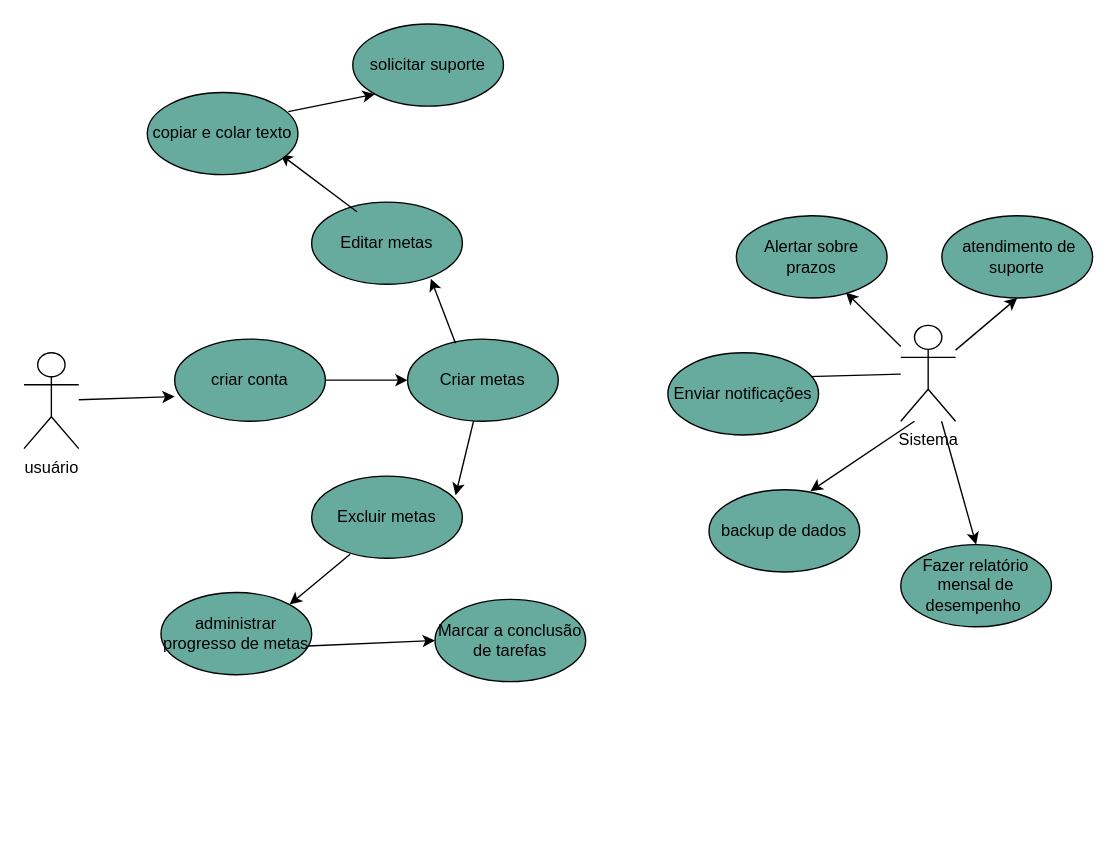
Earlier version of the draw.io diagram page "Página-1" (1 of 2) of Diagrama sem nome.drawio (neymarboliviano/diagrama-de-usos-tarefa). Source tidied: cells renumbered, new cells numbered last; positions are measured from the earlier drawing's top-left corner, leaving out a move shared by most shapes. Both pictures are drawn from the tidied source at 137%, with x=0, y=0 at pixel (23, 23).
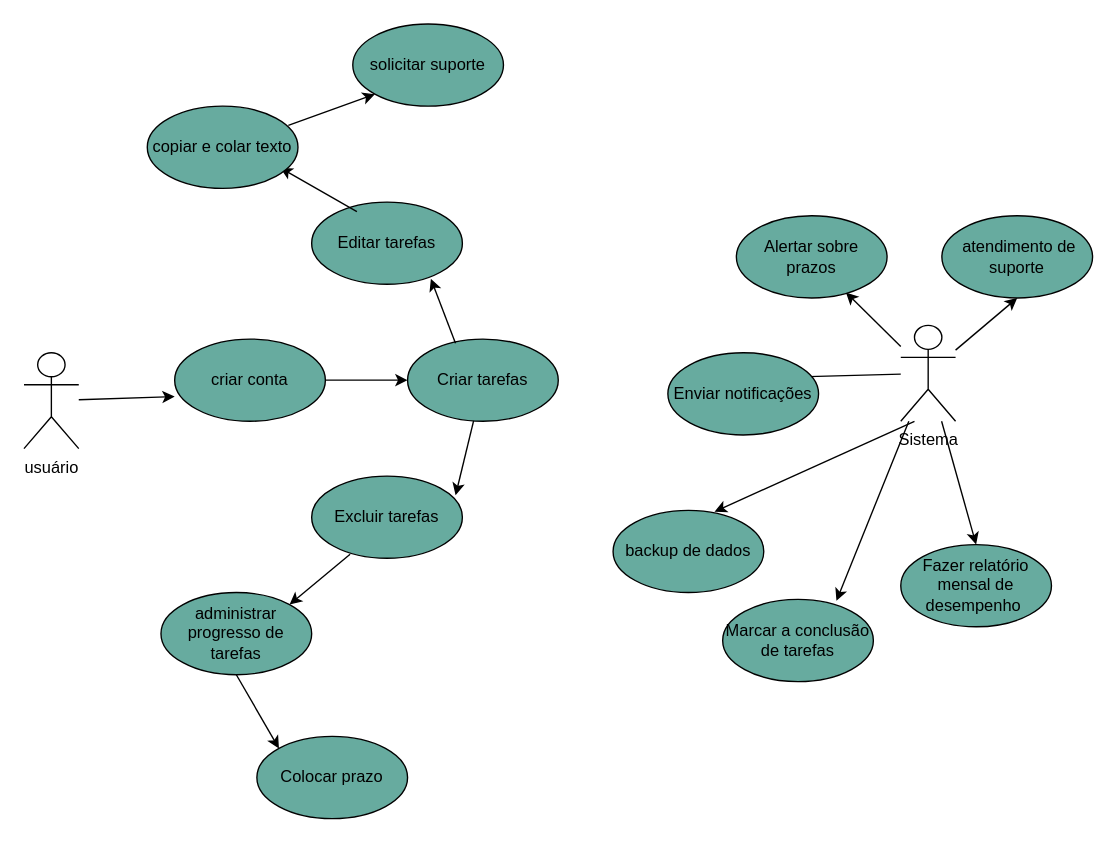
After the change.

Unchanged cells that the change refers to:
```xml
<mxCell id="21" value="Sistema" style="shape=umlActor;verticalLabelPosition=bottom;verticalAlign=top;html=1;outlineConnect=0;" parent="1" vertex="1">
  <mxGeometry x="640" y="220" width="40" height="70" as="geometry" />
</mxCell>
```

What changed in the source:
```diff
@@
-    <mxCell id="3" value="Excluir metas" style="ellipse;whiteSpace=wrap;html=1;fillColor=light-dark(#67AB9F,var(--ge-dark-color, #121212));" parent="1" vertex="1">
+    <mxCell id="3" value="Excluir tarefas" style="ellipse;whiteSpace=wrap;html=1;fillColor=light-dark(#67AB9F,var(--ge-dark-color, #121212));" parent="1" vertex="1">
       <mxGeometry x="210" y="330" width="110" height="60" as="geometry" />
     </mxCell>
@@
     <mxCell id="5" value="Marcar a conclusão de tarefas" style="ellipse;whiteSpace=wrap;html=1;fillColor=light-dark(#67AB9F,var(--ge-dark-color, #121212));" parent="1" vertex="1">
-      <mxGeometry x="300" y="420" width="110" height="60" as="geometry" />
+      <mxGeometry x="510" y="420" width="110" height="60" as="geometry" />
     </mxCell>
     <mxCell id="6" value="backup de dados" style="ellipse;whiteSpace=wrap;html=1;fillColor=light-dark(#67AB9F,var(--ge-dark-color, #121212));" parent="1" vertex="1">
-      <mxGeometry x="500" y="340" width="110" height="60" as="geometry" />
+      <mxGeometry x="430" y="355" width="110" height="60" as="geometry" />
     </mxCell>
-    <mxCell id="7" value="Editar metas" style="ellipse;whiteSpace=wrap;html=1;fillColor=light-dark(#67AB9F,var(--ge-dark-color, #121212));" parent="1" vertex="1">
+    <mxCell id="7" value="Editar tarefas" style="ellipse;whiteSpace=wrap;html=1;fillColor=light-dark(#67AB9F,var(--ge-dark-color, #121212));" parent="1" vertex="1">
       <mxGeometry x="210" y="130" width="110" height="60" as="geometry" />
     </mxCell>
-    <mxCell id="8" value="Criar metas" style="ellipse;whiteSpace=wrap;html=1;fillColor=light-dark(#67AB9F,var(--ge-dark-color, #121212));" parent="1" vertex="1">
+    <mxCell id="8" value="Criar tarefas" style="ellipse;whiteSpace=wrap;html=1;fillColor=light-dark(#67AB9F,var(--ge-dark-color, #121212));" parent="1" vertex="1">
       <mxGeometry x="280" y="230" width="110" height="60" as="geometry" />
     </mxCell>
@@
-    <mxCell id="13" style="endArrow=classic;html=1;rounded=0;exitX=0.973;exitY=0.65;exitDx=0;exitDy=0;exitPerimeter=0;entryX=0;entryY=0.5;entryDx=0;entryDy=0;" parent="1" edge="1" source="24" target="5">
+    <mxCell id="13" style="endArrow=classic;html=1;rounded=0;entryX=0.755;entryY=0.017;entryDx=0;entryDy=0;entryPerimeter=0;" parent="1" edge="1" source="21" target="5">
       <mxGeometry relative="1" as="geometry" />
     </mxCell>
@@
-    <mxCell id="24" value="administrar progresso de metas" style="ellipse;whiteSpace=wrap;html=1;fillColor=light-dark(#67AB9F,var(--ge-dark-color, #121212));" parent="1" vertex="1">
+    <mxCell id="24" value="administrar progresso de tarefas" style="ellipse;whiteSpace=wrap;html=1;fillColor=light-dark(#67AB9F,var(--ge-dark-color, #121212));" parent="1" vertex="1">
       <mxGeometry x="100" y="415" width="110" height="60" as="geometry" />
     </mxCell>
     <mxCell id="25" value="copiar e colar texto" style="ellipse;whiteSpace=wrap;html=1;fillColor=light-dark(#67AB9F,var(--ge-dark-color, #121212));" parent="1" vertex="1">
-      <mxGeometry x="90" y="50" width="110" height="60" as="geometry" />
+      <mxGeometry x="90" y="60" width="110" height="60" as="geometry" />
     </mxCell>
@@
+    <mxCell id="30" value="Colocar prazo" style="ellipse;whiteSpace=wrap;html=1;fillColor=light-dark(#67AB9F,var(--ge-dark-color, #121212));" parent="1" vertex="1">
+      <mxGeometry x="170" y="520" width="110" height="60" as="geometry" />
+    </mxCell>
+    <mxCell id="31" style="endArrow=classic;html=1;rounded=0;exitX=0.5;exitY=1;exitDx=0;exitDy=0;entryX=0;entryY=0;entryDx=0;entryDy=0;" parent="1" edge="1" source="24" target="30">
+      <mxGeometry relative="1" as="geometry" />
+    </mxCell>
```
